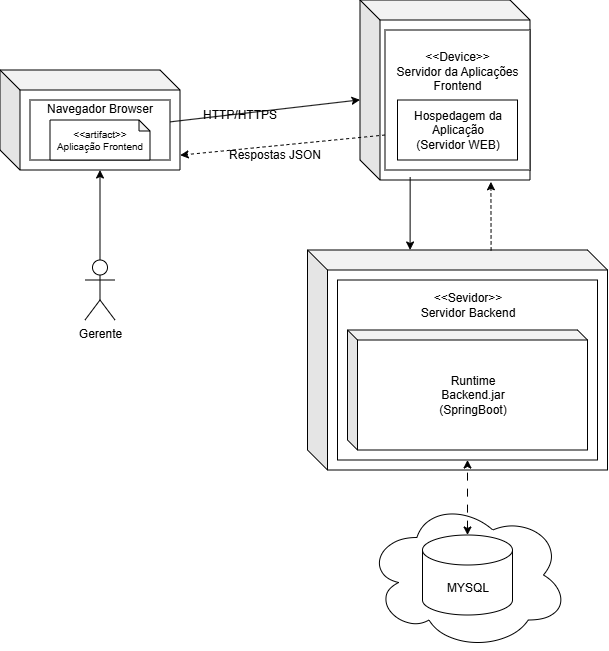
This is Docs/Diagramas/DiagramaDeImplementação.drawio.png from ArtKingOfNothing/Alug, a draw.io export, as it was before one commit. Source tidied: cells renumbered, new cells last; positions are measured from the earlier drawing's top-left corner, leaving out a move shared by most shapes.
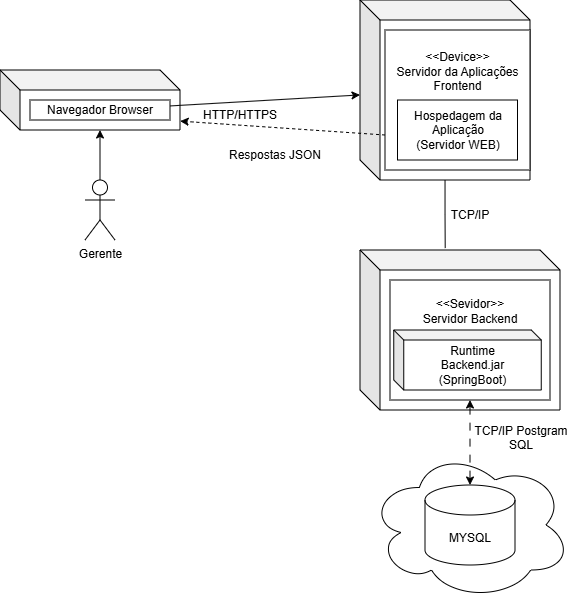
After the change.

Commit message:
docs - Alteração no Diagrama de Implementação

What changed in the source:
```diff
@@ -3,24 +3,21 @@
     <mxCell id="0" />
     <mxCell id="1" parent="0" />
     <mxCell id="2" style="shape=cube;whiteSpace=wrap;html=1;boundedLbl=1;backgroundOutline=1;darkOpacity=0.05;darkOpacity2=0.1;" parent="1" vertex="1">
-      <mxGeometry y="70" width="180" height="100" as="geometry" />
+      <mxGeometry y="70" width="180" height="60" as="geometry" />
     </mxCell>
     <mxCell id="3" style="rounded=0;jettySize=auto;html=1;" parent="1" edge="1" source="4" target="5">
       <mxGeometry relative="1" as="geometry" />
     </mxCell>
-    <mxCell id="4" value="Navegador Browser&lt;div&gt;&lt;br&gt;&lt;/div&gt;&lt;div&gt;&lt;br&gt;&lt;/div&gt;&lt;div&gt;&lt;br&gt;&lt;/div&gt;" style="rounded=0;whiteSpace=wrap;html=1;" parent="1" vertex="1">
-      <mxGeometry x="30" y="100" width="140" height="60" as="geometry" />
+    <mxCell id="4" value="Navegador Browser" style="rounded=0;whiteSpace=wrap;html=1;" parent="1" vertex="1">
+      <mxGeometry x="30" y="100" width="140" height="20" as="geometry" />
     </mxCell>
     <mxCell id="5" style="shape=cube;whiteSpace=wrap;html=1;boundedLbl=1;backgroundOutline=1;darkOpacity=0.05;darkOpacity2=0.1;" parent="1" vertex="1">
       <mxGeometry x="360" width="170" height="180" as="geometry" />
     </mxCell>
-    <mxCell id="6" value="&amp;lt;&amp;lt;artifact&amp;gt;&amp;gt;&lt;div&gt;Aplicação Frontend&lt;/div&gt;" style="shape=note;whiteSpace=wrap;html=1;backgroundOutline=1;darkOpacity=0.05;size=11;fontSize=10;" parent="1" vertex="1">
-      <mxGeometry x="50" y="120" width="100" height="40" as="geometry" />
-    </mxCell>
     <mxCell id="7" value="Gerente" style="shape=umlActor;verticalLabelPosition=bottom;verticalAlign=top;html=1;outlineConnect=0;" parent="1" vertex="1">
-      <mxGeometry x="85" y="260" width="30" height="60" as="geometry" />
+      <mxGeometry x="85" y="180" width="30" height="60" as="geometry" />
     </mxCell>
-    <mxCell id="8" style="edgeStyle=orthogonalEdgeStyle;rounded=0;jettySize=auto;html=1;entryX=0;entryY=0;entryDx=100;entryDy=100;entryPerimeter=0;" parent="1" edge="1" source="7" target="2">
+    <mxCell id="8" style="edgeStyle=orthogonalEdgeStyle;rounded=0;jettySize=auto;html=1;entryX=0;entryY=0;entryDx=100;entryDy=60;entryPerimeter=0;" parent="1" edge="1" source="7" target="2">
       <mxGeometry relative="1" as="geometry" />
     </mxCell>
     <mxCell id="9" value="&amp;lt;&amp;lt;Device&amp;gt;&amp;gt;&lt;div&gt;Servidor da Aplicações&lt;/div&gt;&lt;div&gt;Frontend&lt;/div&gt;&lt;div&gt;&lt;br&gt;&lt;/div&gt;&lt;div&gt;&lt;br&gt;&lt;/div&gt;&lt;div&gt;&lt;br&gt;&lt;/div&gt;&lt;div&gt;&lt;br&gt;&lt;/div&gt;" style="rounded=0;whiteSpace=wrap;html=1;" parent="1" vertex="1">
@@ -36,31 +33,34 @@
       <mxGeometry x="225" y="140" width="100" height="30" as="geometry" />
     </mxCell>
     <mxCell id="13" style="shape=cube;whiteSpace=wrap;html=1;boundedLbl=1;backgroundOutline=1;darkOpacity=0.05;darkOpacity2=0.1;" parent="1" vertex="1">
-      <mxGeometry x="307.5" y="250" width="300" height="220" as="geometry" />
+      <mxGeometry x="360" y="250" width="200" height="160" as="geometry" />
     </mxCell>
-    <mxCell id="14" value="&amp;lt;&amp;lt;Sevidor&amp;gt;&amp;gt;&lt;div&gt;Servidor Backend&lt;/div&gt;&lt;div&gt;&lt;br&gt;&lt;/div&gt;&lt;div&gt;&lt;br&gt;&lt;/div&gt;&lt;div&gt;&lt;br&gt;&lt;/div&gt;&lt;div&gt;&lt;br&gt;&lt;/div&gt;&lt;div&gt;&lt;br&gt;&lt;/div&gt;&lt;div&gt;&lt;br&gt;&lt;/div&gt;&lt;div&gt;&lt;br&gt;&lt;/div&gt;&lt;div&gt;&lt;br&gt;&lt;/div&gt;&lt;div&gt;&lt;br&gt;&lt;/div&gt;" style="rounded=0;whiteSpace=wrap;html=1;" parent="1" vertex="1">
-      <mxGeometry x="337.5" y="280" width="260" height="180" as="geometry" />
+    <mxCell id="14" value="&amp;lt;&amp;lt;Sevidor&amp;gt;&amp;gt;&lt;div&gt;Servidor Backend&lt;/div&gt;&lt;div&gt;&lt;br&gt;&lt;/div&gt;&lt;div&gt;&lt;br&gt;&lt;/div&gt;&lt;div&gt;&lt;br&gt;&lt;/div&gt;&lt;div&gt;&lt;br&gt;&lt;/div&gt;" style="rounded=0;whiteSpace=wrap;html=1;" parent="1" vertex="1">
+      <mxGeometry x="390" y="280" width="160" height="120" as="geometry" />
     </mxCell>
     <mxCell id="15" value="Runtime&lt;div&gt;Backend.jar&lt;/div&gt;&lt;div&gt;(SpringBoot)&lt;/div&gt;" style="shape=cube;whiteSpace=wrap;html=1;boundedLbl=1;backgroundOutline=1;darkOpacity=0.05;darkOpacity2=0.1;size=10;" parent="1" vertex="1">
-      <mxGeometry x="347.5" y="330" width="240" height="120" as="geometry" />
+      <mxGeometry x="393.8" y="330" width="147.5" height="60" as="geometry" />
     </mxCell>
     <mxCell id="16" style="ellipse;shape=cloud;whiteSpace=wrap;html=1;" parent="1" vertex="1">
-      <mxGeometry x="366.2" y="500" width="202.5" height="150" as="geometry" />
+      <mxGeometry x="368.8" y="450" width="202.5" height="150" as="geometry" />
     </mxCell>
     <mxCell id="17" style="edgeStyle=orthogonalEdgeStyle;rounded=0;jettySize=auto;html=1;startArrow=classic;startFill=1;dashed=1;dashPattern=8 8;" parent="1" edge="1" source="18" target="14">
       <mxGeometry relative="1" as="geometry" />
     </mxCell>
     <mxCell id="18" value="MYSQL" style="shape=cylinder3;whiteSpace=wrap;html=1;boundedLbl=1;backgroundOutline=1;size=15;" parent="1" vertex="1">
-      <mxGeometry x="422.5" y="535" width="90" height="80" as="geometry" />
+      <mxGeometry x="425" y="485" width="90" height="80" as="geometry" />
     </mxCell>
     <mxCell id="19" value="Hospedagem da Aplicação&lt;div&gt;(Servidor WEB)&lt;/div&gt;" style="rounded=0;whiteSpace=wrap;html=1;" parent="1" vertex="1">
       <mxGeometry x="397.5" y="100" width="120" height="60" as="geometry" />
     </mxCell>
-    <mxCell id="20" style="endArrow=none;html=1;rounded=0;entryX=0.295;entryY=0.985;entryDx=0;entryDy=0;entryPerimeter=0;exitX=0.342;exitY=0;exitDx=0;exitDy=0;exitPerimeter=0;endFill=0;startArrow=classic;startFill=1;" parent="1" edge="1" source="13" target="5">
-      <mxGeometry relative="1" as="geometry" />
-    </mxCell>
-    <mxCell id="21" style="endArrow=classic;dashed=1;html=1;rounded=0;entryX=0.77;entryY=1.01;entryDx=0;entryDy=0;entryPerimeter=0;exitX=0.612;exitY=0.002;exitDx=0;exitDy=0;exitPerimeter=0;startArrow=none;startFill=0;endFill=1;" parent="1" edge="1" source="13" target="5">
-      <mxGeometry relative="1" as="geometry" />
-    </mxCell>
+    <mxCell id="22" style="edgeStyle=orthogonalEdgeStyle;rounded=0;jettySize=auto;html=1;entryX=0.426;entryY=-0.012;entryDx=0;entryDy=0;entryPerimeter=0;endArrow=none;endFill=0;" parent="1" edge="1" source="5" target="13">
+      <mxGeometry relative="1" as="geometry" />
+    </mxCell>
+    <mxCell id="23" value="TCP/IP" style="text;html=1;whiteSpace=wrap;strokeColor=none;fillColor=none;align=center;verticalAlign=middle;rounded=0;" parent="1" vertex="1">
+      <mxGeometry x="440" y="200" width="60" height="30" as="geometry" />
+    </mxCell>
+    <mxCell id="24" value="TCP/IP Postgram SQL&lt;div&gt;&lt;br&gt;&lt;/div&gt;" style="text;html=1;whiteSpace=wrap;strokeColor=none;fillColor=none;align=center;verticalAlign=middle;rounded=0;" parent="1" vertex="1">
+      <mxGeometry x="471.2" y="430" width="100" height="30" as="geometry" />
+    </mxCell>
   </root>
 </mxGraphModel>
```
